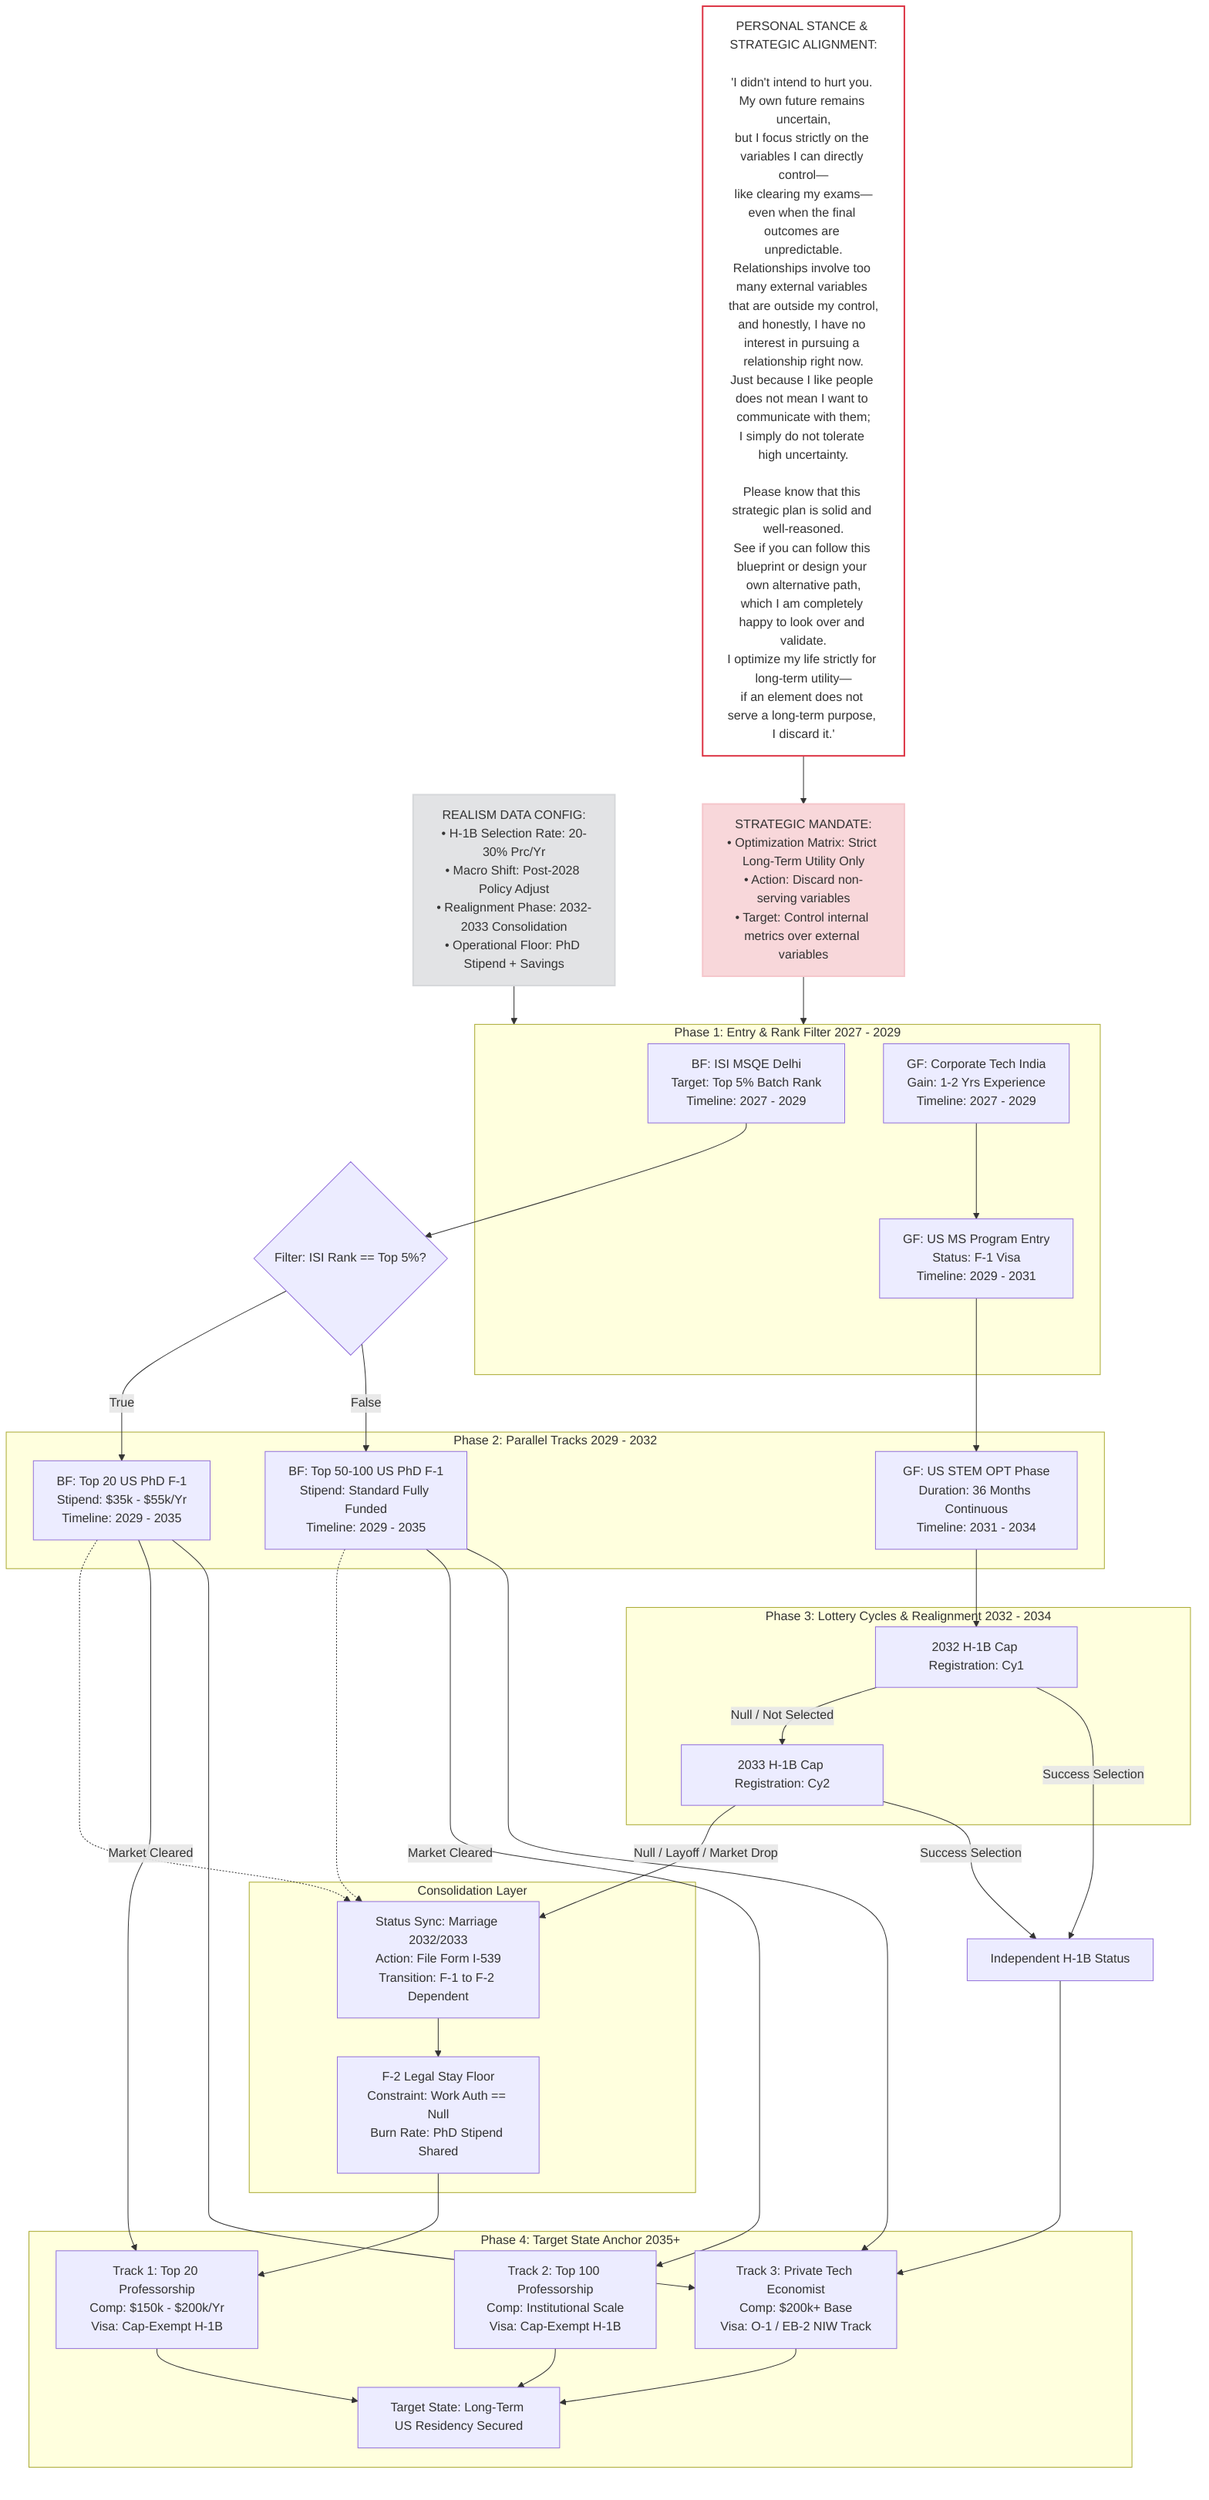
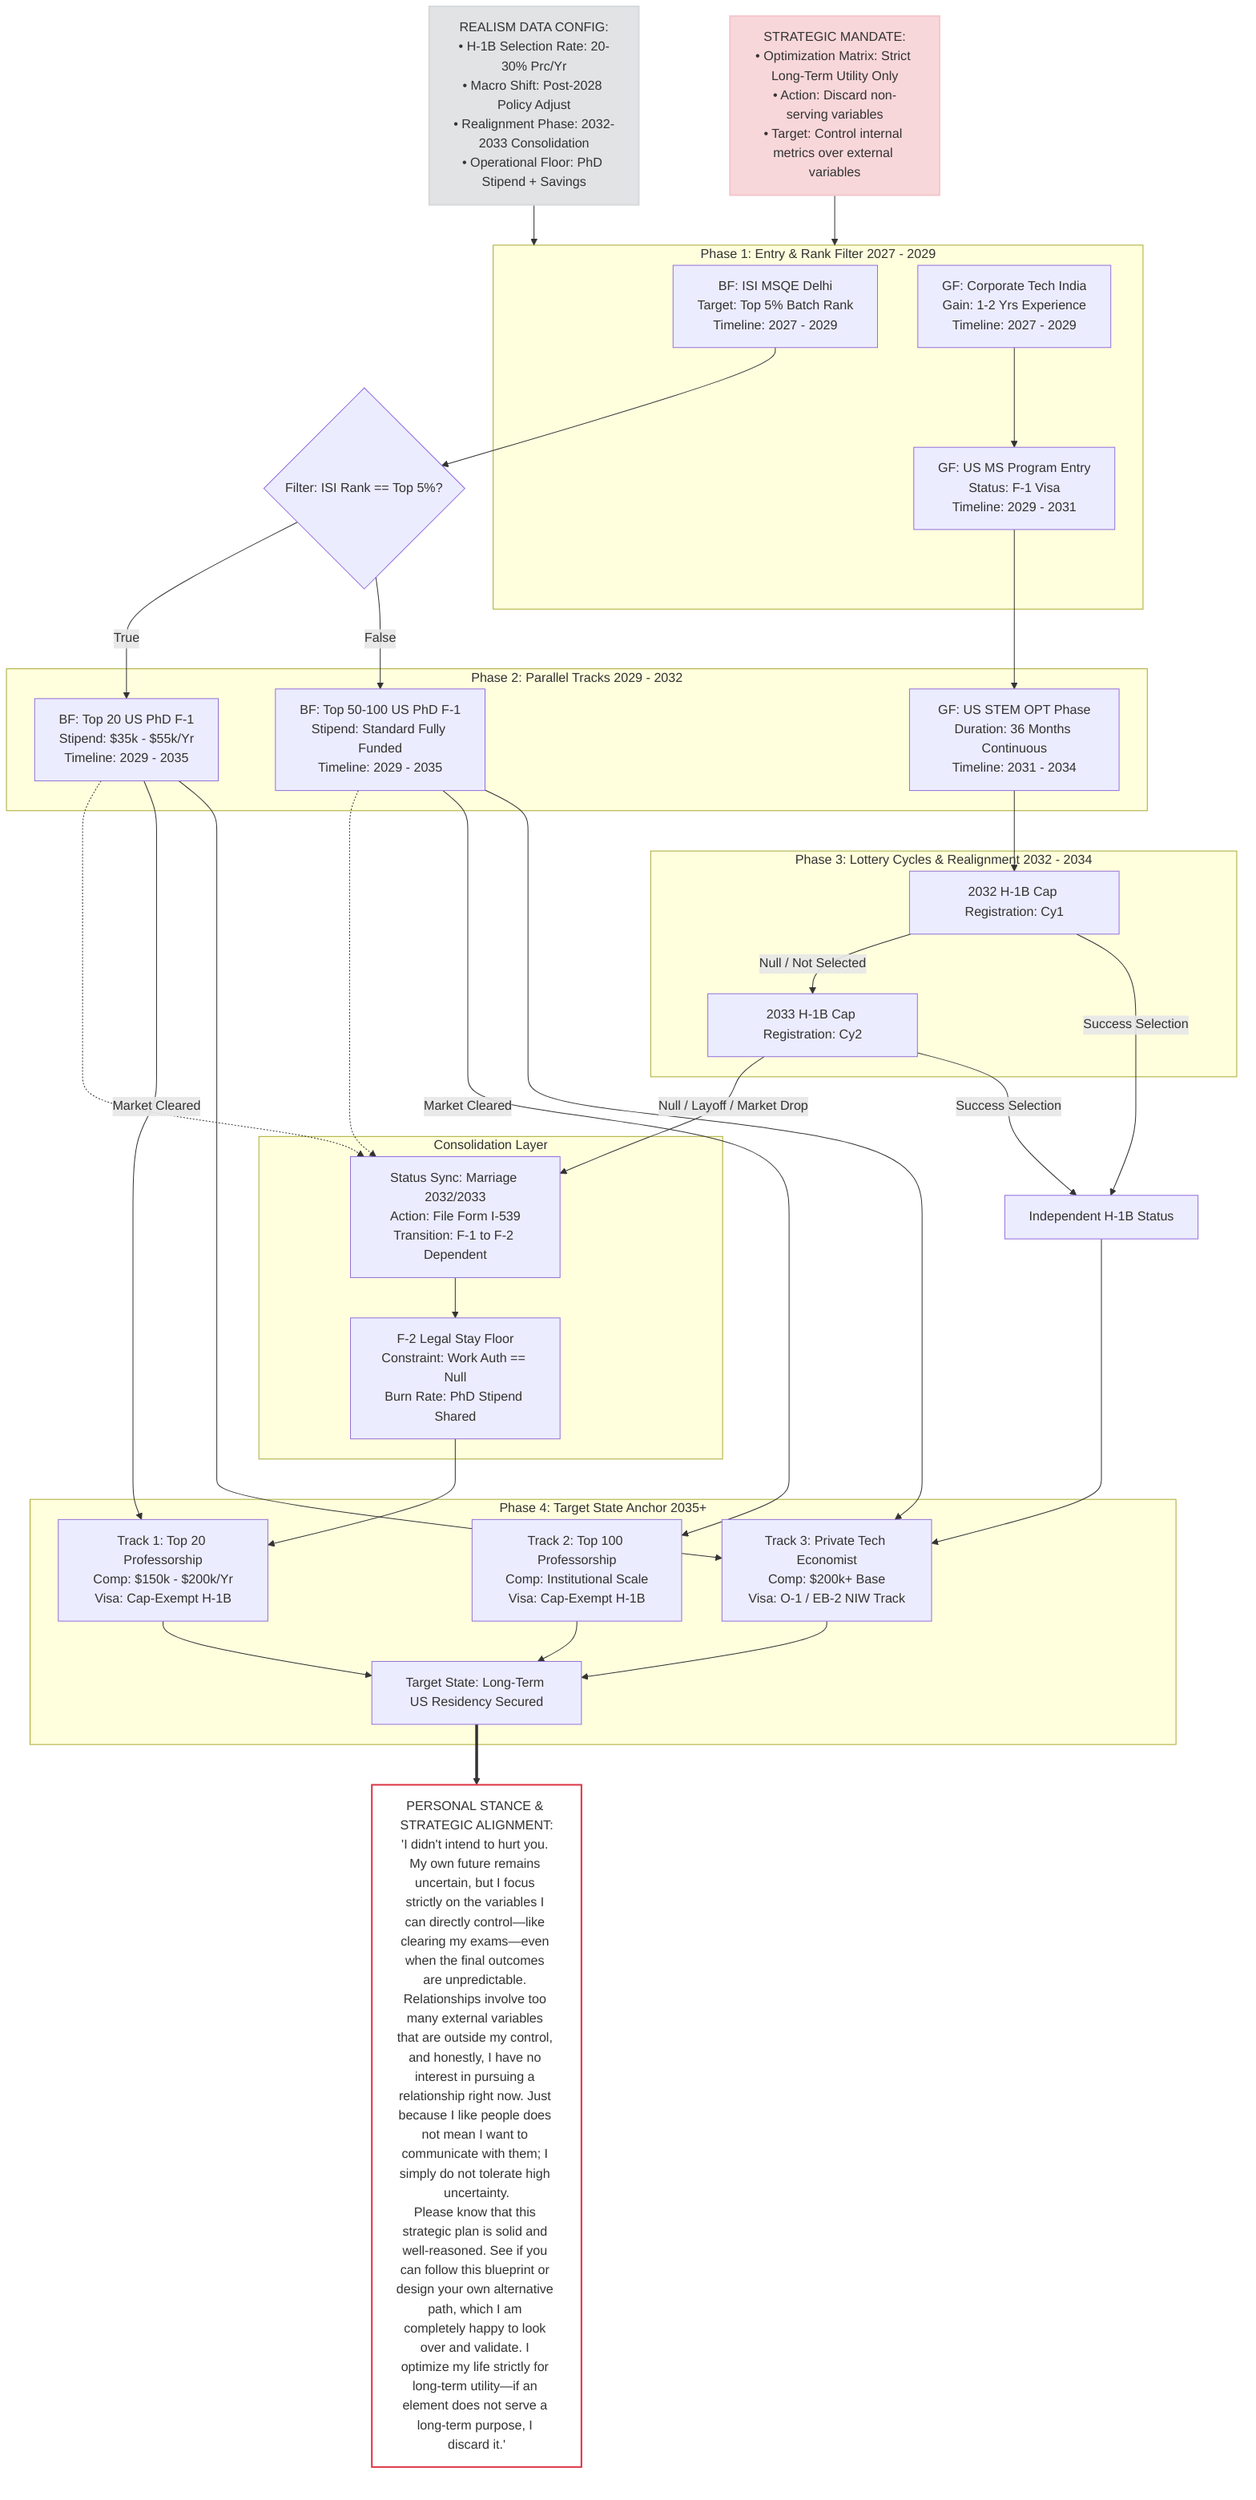
graph TD
-     %% ---------------------------------------------
-     %% PERSONAL STANCE EMBEDDED TEXT NODE
-     %% ---------------------------------------------
-     Personal_Stance["PERSONAL STANCE & STRATEGIC ALIGNMENT:<br><br>'I didn't intend to hurt you. My own future remains uncertain,<br>but I focus strictly on the variables I can directly control—<br>like clearing my exams—even when the final outcomes are unpredictable.<br>Relationships involve too many external variables that are outside my control,<br>and honestly, I have no interest in pursuing a relationship right now.<br>Just because I like people does not mean I want to communicate with them;<br>I simply do not tolerate high uncertainty.<br><br>Please know that this strategic plan is solid and well-reasoned.<br>See if you can follow this blueprint or design your own alternative path,<br>which I am completely happy to look over and validate.<br>I optimize my life strictly for long-term utility—<br>if an element does not serve a long-term purpose, I discard it.'"]
-     style Personal_Stance fill:#fff,stroke:#dc3545,stroke-width:2px
- 
    %% ---------------------------------------------
    %% SYSTEM CONFIGURATION DATA NODES
    %% ---------------------------------------------
    Note_0[REALISM DATA CONFIG:<br>• H-1B Selection Rate: 20-30% Prc/Yr<br>• Macro Shift: Post-2028 Policy Adjust<br>• Realignment Phase: 2032-2033 Consolidation<br>• Operational Floor: PhD Stipend + Savings]
    style Note_0 fill:#e2e3e5,stroke:#d6d8db,stroke-width:2px

    Note_Personal[STRATEGIC MANDATE:<br>• Optimization Matrix: Strict Long-Term Utility Only<br>• Action: Discard non-serving variables<br>• Target: Control internal metrics over external variables]
    style Note_Personal fill:#f8d7da,stroke:#f5c6cb,stroke-width:2px

    %% CONNECTIONS TO CORE PROCESS
-     Personal_Stance --> Note_Personal
    Note_0 --> P1
    Note_Personal --> P1

    %% ---------------------------------------------
    %% PHASE 1: ENTRY & RANK FILTER (2027-2029)
    %% ---------------------------------------------
    subgraph P1 [Phase 1: Entry & Rank Filter 2027 - 2029]
        A_MSQE[BF: ISI MSQE Delhi<br>Target: Top 5% Batch Rank<br>Timeline: 2027 - 2029]
        B_IND[GF: Corporate Tech India<br>Gain: 1-2 Yrs Experience<br>Timeline: 2027 - 2029]
        B_USMS[GF: US MS Program Entry<br>Status: F-1 Visa<br>Timeline: 2029 - 2031]

        B_IND --> B_USMS
    end

    %% FILTERS & FORKS
    Rank_Check{Filter: ISI Rank == Top 5%?}
    A_MSQE --> Rank_Check

    %% ---------------------------------------------
    %% PHASE 2: PARALLEL TRACKS (2029-2032)
    %% ---------------------------------------------
    subgraph P2 [Phase 2: Parallel Tracks 2029 - 2032]
        A_PhD_T20[BF: Top 20 US PhD F-1<br>Stipend: $35k - $55k/Yr<br>Timeline: 2029 - 2035]
        A_PhD_T100[BF: Top 50-100 US PhD F-1<br>Stipend: Standard Fully Funded<br>Timeline: 2029 - 2035]
        B_OPT[GF: US STEM OPT Phase<br>Duration: 36 Months Continuous<br>Timeline: 2031 - 2034]
    end

    Rank_Check -- "True" --> A_PhD_T20
    Rank_Check -- "False" --> A_PhD_T100
    B_USMS --> B_OPT

    %% ---------------------------------------------
    %% PHASE 3: LOTTERY CYCLES & REALIGNMENT (2032-2034)
    %% ---------------------------------------------
    subgraph P3 [Phase 3: Lottery Cycles & Realignment 2032 - 2034]
        L1[2032 H-1B Cap Registration: Cy1]
        L2[2033 H-1B Cap Registration: Cy2]

        B_OPT --> L1
        L1 -- "Null / Not Selected" --> L2
    end

    %% REALIGNMENT CONTROL LOGIC
    subgraph Realignment [Consolidation Layer]
        M_33[Status Sync: Marriage 2032/2033<br>Action: File Form I-539<br>Transition: F-1 to F-2 Dependent]
        F2_Stay[F-2 Legal Stay Floor<br>Constraint: Work Auth == Null<br>Burn Rate: PhD Stipend Shared]
        M_33 --> F2_Stay
    end

    L2 -- "Null / Layoff / Market Drop" --> M_33
    A_PhD_T20 -.-> M_33
    A_PhD_T100 -.-> M_33

    %% ---------------------------------------------
    %% PHASE 4: TARGET STATE ANCHOR (2035+)
    %% ---------------------------------------------
    subgraph P4 [Phase 4: Target State Anchor 2035+]
        Out_Acad_T20[Track 1: Top 20 Professorship<br>Comp: $150k - $200k/Yr<br>Visa: Cap-Exempt H-1B]
        Out_Acad_T100[Track 2: Top 100 Professorship<br>Comp: Institutional Scale<br>Visa: Cap-Exempt H-1B]
        Out_Ind_Econ[Track 3: Private Tech Economist<br>Comp: $200k+ Base<br>Visa: O-1 / EB-2 NIW Track]

        System_Locked[Target State: Long-Term US Residency Secured]

        Out_Acad_T20 --> System_Locked
        Out_Acad_T100 --> System_Locked
        Out_Ind_Econ --> System_Locked
    end

    %% INTERSECT ROUTING
    L1 -- "Success Selection" --> Corp_H1B[Independent H-1B Status]
    L2 -- "Success Selection" --> Corp_H1B
    Corp_H1B --> Out_Ind_Econ

    F2_Stay --> Out_Acad_T20
    A_PhD_T20 -- "Market Cleared" --> Out_Acad_T20
    A_PhD_T100 -- "Market Cleared" --> Out_Acad_T100
    A_PhD_T20 --> Out_Ind_Econ
    A_PhD_T100 --> Out_Ind_Econ
+ 
+     %% ---------------------------------------------
+     %% HORIZONTAL PERSONAL STANCE BANNER AT BOTTOM
+     %% ---------------------------------------------
+     System_Locked ==> Personal_Stance["PERSONAL STANCE & STRATEGIC ALIGNMENT:<br>'I didn't intend to hurt you. My own future remains uncertain, but I focus strictly on the variables I can directly control—like clearing my exams—even when the final outcomes are unpredictable. Relationships involve too many external variables that are outside my control, and honestly, I have no interest in pursuing a relationship right now. Just because I like people does not mean I want to communicate with them; I simply do not tolerate high uncertainty.<br>Please know that this strategic plan is solid and well-reasoned. See if you can follow this blueprint or design your own alternative path, which I am completely happy to look over and validate. I optimize my life strictly for long-term utility—if an element does not serve a long-term purpose, I discard it.'"]
+     style Personal_Stance fill:#fff,stroke:#dc3545,stroke-width:2px
